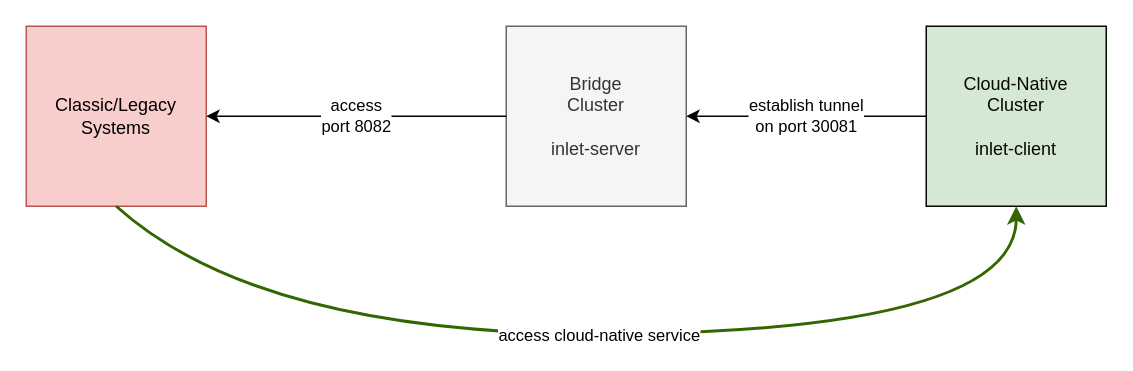
Earlier version of the draw.io diagram page "Page-1" (1 of 2) of drawings/legacy2cn.drawio (mwindower/inlets-examples). Source tidied: cells renumbered, new cells numbered last; positions are measured from the earlier drawing's top-left corner, leaving out a move shared by most shapes. Both pictures are drawn from the tidied source at 150%, with x=0, y=0 at pixel (26, 26).
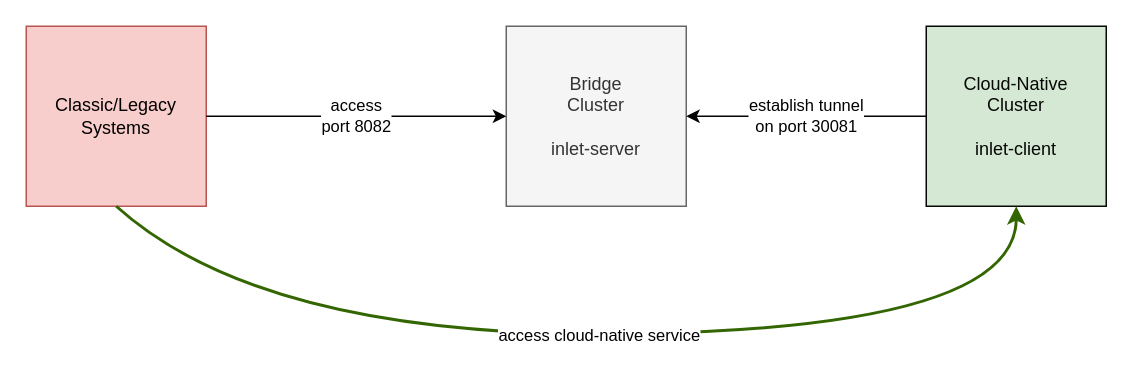
Above is the later version.

What changed in the source:
```diff
@@
 <mxGraphModel>
   <root>
     <mxCell id="0" />
     <mxCell id="1" parent="0" />
     <mxCell id="2" value="Classic/Legacy&lt;br&gt;Systems" style="whiteSpace=wrap;html=1;fillColor=#f8cecc;strokeColor=#b85450;fontColor=#000000;" parent="1" vertex="1">
       <mxGeometry width="120" height="120" as="geometry" />
     </mxCell>
     <mxCell id="3" value="Bridge&lt;br&gt;Cluster&lt;br&gt;&lt;br&gt;inlet-server" style="whiteSpace=wrap;html=1;fillColor=#f5f5f5;strokeColor=#666666;fontColor=#333333;" parent="1" vertex="1">
       <mxGeometry x="320" width="120" height="120" as="geometry" />
     </mxCell>
     <mxCell id="4" value="Cloud-Native&lt;br&gt;Cluster&lt;br&gt;&lt;br&gt;inlet-client" style="whiteSpace=wrap;html=1;fillColor=#d5e8d4;strokeColor=#060804;fontColor=#060804;" parent="1" vertex="1">
       <mxGeometry x="600" width="120" height="120" as="geometry" />
     </mxCell>
-    <mxCell id="5" value="access&lt;br&gt;port 8082" style="endArrow=classic;html=1;entryX=1;entryY=0.5;entryDx=0;entryDy=0;exitX=0;exitY=0.5;exitDx=0;exitDy=0;strokeColor=#000000;fontColor=#000000;" parent="1" edge="1" source="3" target="2">
+    <mxCell id="5" value="access&lt;br&gt;port 8082" style="endArrow=classic;html=1;entryX=0;entryY=0.5;entryDx=0;entryDy=0;exitX=1;exitY=0.5;exitDx=0;exitDy=0;strokeColor=#000000;fontColor=#000000;" parent="1" edge="1" source="2" target="3">
       <mxGeometry relative="1" as="geometry" />
     </mxCell>
     <mxCell id="6" value="establish tunnel&lt;br&gt;on port 30081" style="endArrow=classic;html=1;entryX=1;entryY=0.5;entryDx=0;entryDy=0;exitX=0;exitY=0.5;exitDx=0;exitDy=0;strokeColor=#030303;fontColor=#000000;" parent="1" edge="1" source="4" target="3">
       <mxGeometry relative="1" as="geometry" />
     </mxCell>
     <mxCell id="7" value="access cloud-native service" style="curved=1;endArrow=classic;html=1;entryX=0.5;entryY=1;entryDx=0;entryDy=0;exitX=0.5;exitY=1;exitDx=0;exitDy=0;fontColor=#000000;strokeColor=#336600;strokeWidth=2;" parent="1" edge="1" source="2" target="4">
       <mxGeometry relative="1" as="geometry">
         <Array as="points">
           <mxPoint x="160" y="210" />
           <mxPoint x="660" y="200" />
         </Array>
       </mxGeometry>
     </mxCell>
   </root>
 </mxGraphModel>
```
